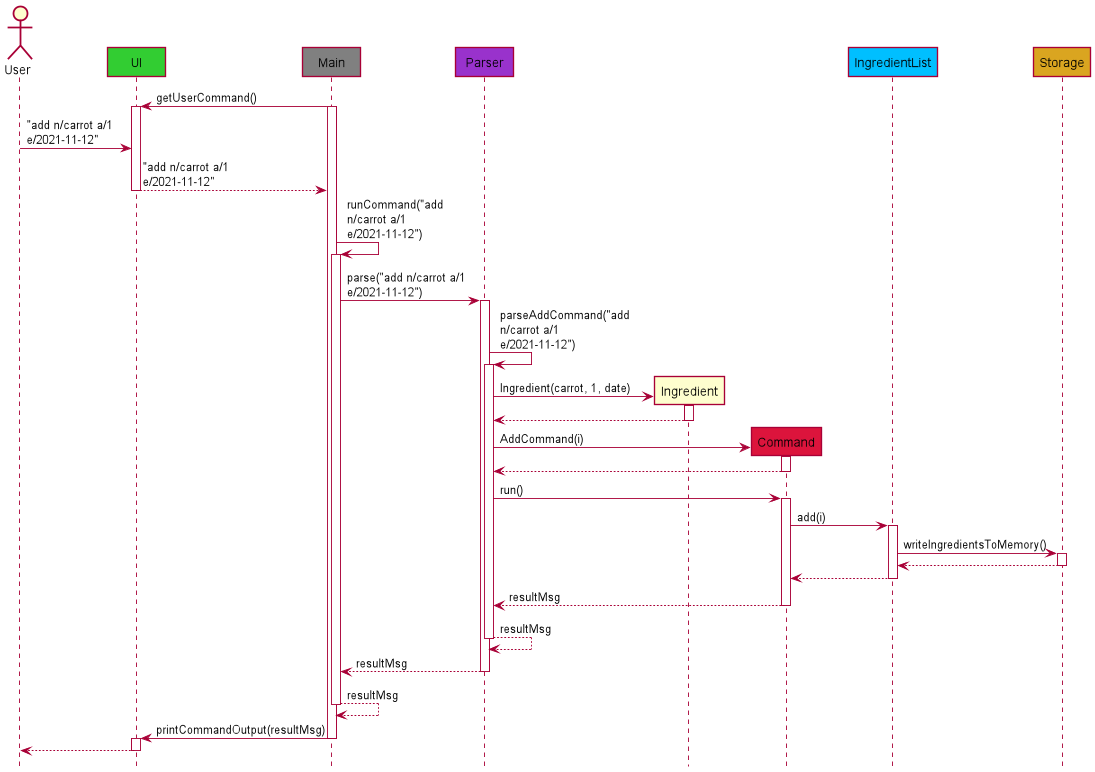
The PlantUML diagram docs/images/InteractionSeqDiagram.png in nus-cs2113-AY2122S1/tp, before a commit.
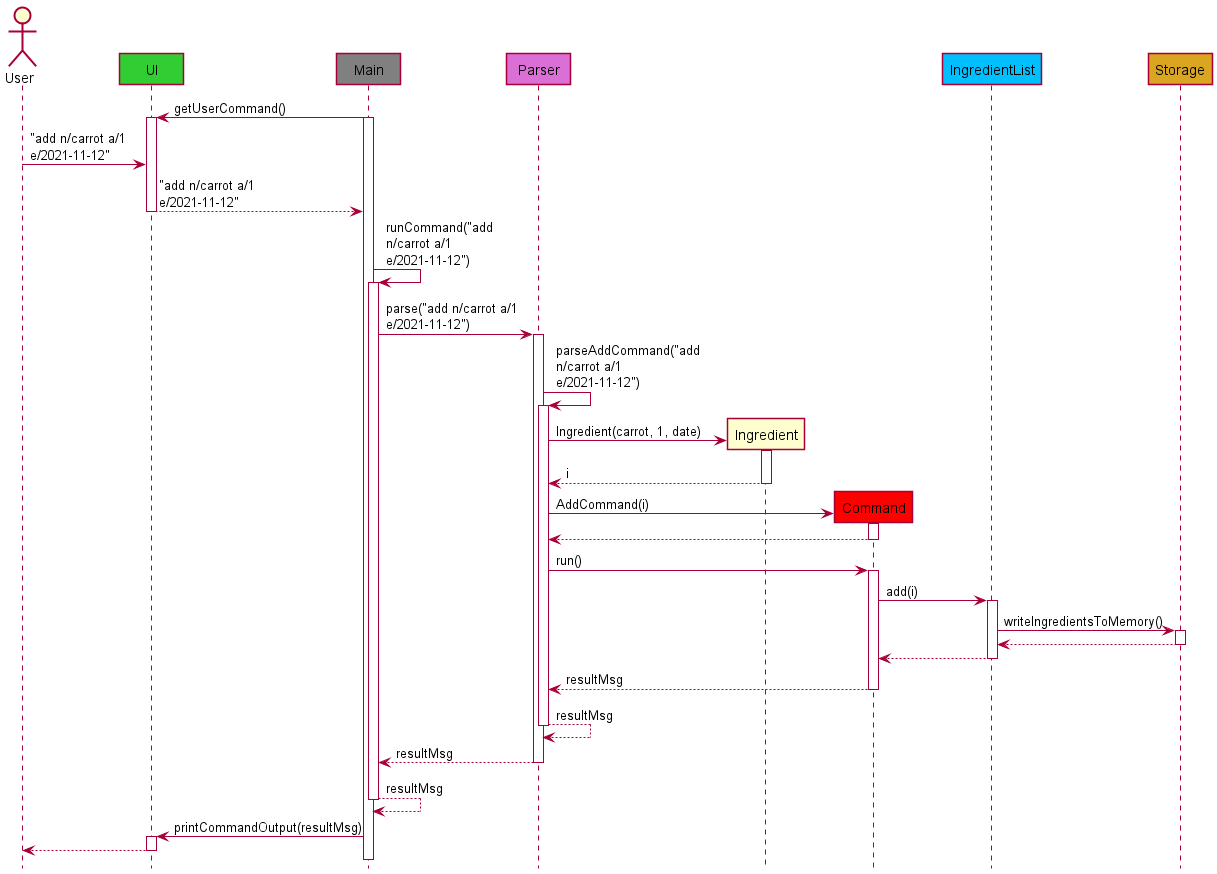
Above is the later version.

Commit message:
Some edits to diagram based on DG peer review

What changed in the source:
```diff
@@ -25,7 +25,7 @@
 activate P
 P -> I **: Ingredient(carrot, 1, date)
 activate I
-return
+return i
 P -> C **: AddCommand(i)
 activate C
 return
@@ -42,21 +42,7 @@
 return resultMsg
 return resultMsg
 M -> UI: printCommandOutput(resultMsg)
-deactivate M
 activate UI
 UI --> U
 deactivate UI
-
-
-
-
-
-
-
-
-
-
-
-
-
 @enduml
```
